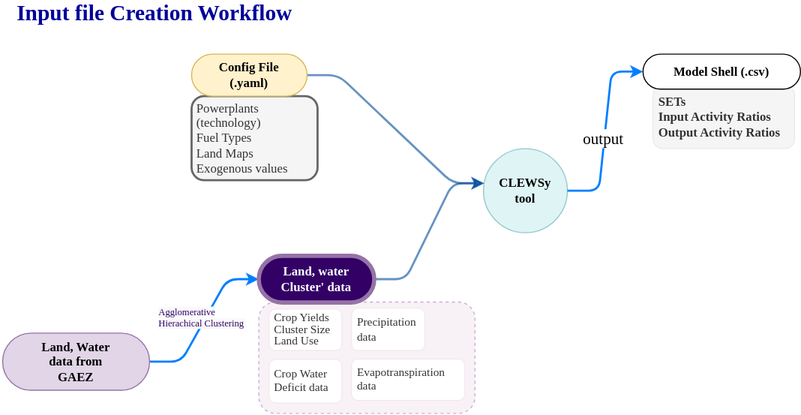
Earlier version of the draw.io export Graphical Resources/CLEWsy workflow.svg (seas-yoselyn/BC_Nexus). Source tidied: cells renumbered, new cells last; positions are measured from the earlier drawing's top-left corner, leaving out a move shared by most shapes.
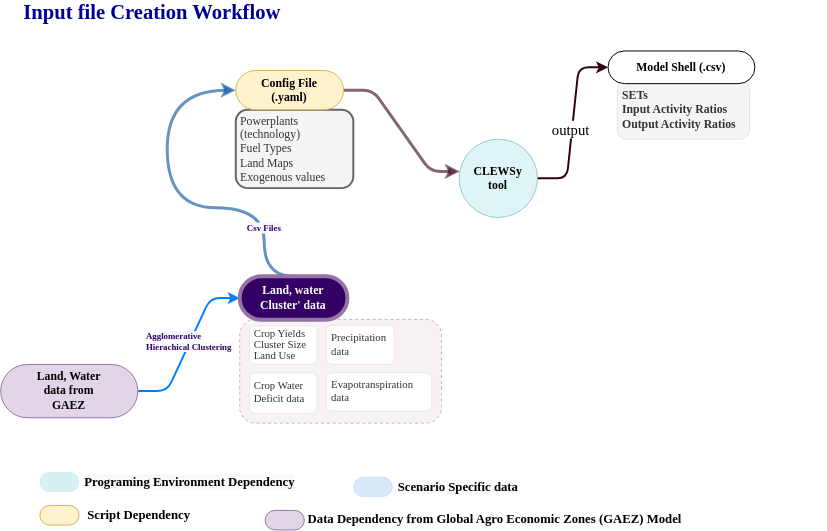
After the change.

Diff of the diagram source:
```diff
@@ -6,9 +6,9 @@
       <mxGeometry width="310" as="geometry" />
     </mxCell>
     <mxCell id="3" style="rounded=1;whiteSpace=wrap;html=1;fontFamily=Nunito Sans;fontSize=11;fontColor=#330066;opacity=30;dashed=1;strokeColor=#4C0099;fillColor=#E6D0DE;fontSource=https%3A%2F%2Ffonts.googleapis.com%2Fcss%3Ffamily%3DNunito%2BSans;" parent="1" vertex="1">
-      <mxGeometry x="254" y="276" width="206" height="106" as="geometry" />
+      <mxGeometry x="244" y="314" width="206" height="106" as="geometry" />
     </mxCell>
-    <mxCell id="4" style="edgeStyle=entityRelationEdgeStyle;jettySize=auto;html=1;exitX=1;exitY=0.5;exitDx=0;exitDy=0;entryX=0;entryY=0.5;entryDx=0;entryDy=0;fontFamily=Nunito Sans;strokeColor=#007FFF;strokeWidth=2;flowAnimation=1;elbow=vertical;fontSource=https%3A%2F%2Ffonts.googleapis.com%2Fcss%3Ffamily%3DNunito%2BSans;" parent="1" edge="1" source="6" target="12">
+    <mxCell id="4" style="edgeStyle=entityRelationEdgeStyle;jettySize=auto;html=1;exitX=1;exitY=0.5;exitDx=0;exitDy=0;entryX=0;entryY=0.5;entryDx=0;entryDy=0;fontFamily=Nunito Sans;strokeColor=#33001A;strokeWidth=2;flowAnimation=1;elbow=vertical;fontSource=https%3A%2F%2Ffonts.googleapis.com%2Fcss%3Ffamily%3DNunito%2BSans;" parent="1" edge="1" source="6" target="12">
       <mxGeometry relative="1" as="geometry" />
     </mxCell>
     <mxCell id="5" value="output" style="edgeLabel;html=1;align=center;verticalAlign=middle;fontSize=15;fontFamily=Nunito Sans;fontSource=https%3A%2F%2Ffonts.googleapis.com%2Fcss%3Ffamily%3DNunito%2BSans;" parent="4" vertex="1">
@@ -19,11 +19,17 @@
     <mxCell id="6" value="CLEWSy&lt;br&gt;tool" style="ellipse;whiteSpace=wrap;html=1;fontStyle=1;fontFamily=Nunito Sans;fillColor=#b0e3e6;strokeColor=#0e8088;opacity=40;fontSource=https%3A%2F%2Ffonts.googleapis.com%2Fcss%3Ffamily%3DNunito%2BSans;" parent="1" vertex="1">
       <mxGeometry x="468" y="130" width="80" height="80" as="geometry" />
     </mxCell>
-    <mxCell id="7" style="edgeStyle=entityRelationEdgeStyle;rounded=1;jettySize=auto;html=1;exitX=1;exitY=0.5;exitDx=0;exitDy=0;entryX=0.009;entryY=0.412;entryDx=0;entryDy=0;entryPerimeter=0;fontFamily=Nunito Sans;strokeColor=#004C99;strokeWidth=2;opacity=60;flowAnimation=1;fontSource=https%3A%2F%2Ffonts.googleapis.com%2Fcss%3Ffamily%3DNunito%2BSans;" parent="1" edge="1" source="22" target="6">
+    <mxCell id="7" style="edgeStyle=entityRelationEdgeStyle;rounded=1;jettySize=auto;html=1;exitX=1;exitY=0.5;exitDx=0;exitDy=0;entryX=0.009;entryY=0.412;entryDx=0;entryDy=0;entryPerimeter=0;fontFamily=Nunito Sans;strokeColor=#33001A;strokeWidth=3;opacity=60;flowAnimation=1;fontSource=https%3A%2F%2Ffonts.googleapis.com%2Fcss%3Ffamily%3DNunito%2BSans;" parent="1" edge="1" source="32" target="6">
       <mxGeometry relative="1" as="geometry" />
     </mxCell>
-    <mxCell id="8" style="edgeStyle=entityRelationEdgeStyle;rounded=1;jettySize=auto;html=1;exitX=1;exitY=0.5;exitDx=0;exitDy=0;fontFamily=Nunito Sans;entryX=0.008;entryY=0.411;entryDx=0;entryDy=0;entryPerimeter=0;strokeColor=#004C99;strokeWidth=2;opacity=60;flowAnimation=1;fontSource=https%3A%2F%2Ffonts.googleapis.com%2Fcss%3Ffamily%3DNunito%2BSans;" parent="1" edge="1" source="19" target="6">
-      <mxGeometry relative="1" as="geometry" />
+    <mxCell id="8" style="edgeStyle=orthogonalEdgeStyle;rounded=1;jettySize=auto;html=1;exitX=0.5;exitY=0;exitDx=0;exitDy=0;fontFamily=Nunito Sans;strokeColor=#004C99;strokeWidth=3;opacity=60;flowAnimation=1;fontSource=https%3A%2F%2Ffonts.googleapis.com%2Fcss%3Ffamily%3DNunito%2BSans;entryX=0;entryY=0.5;entryDx=0;entryDy=0;curved=1;" parent="1" edge="1" source="25" target="32">
+      <mxGeometry relative="1" as="geometry">
+        <Array as="points">
+          <mxPoint x="269" y="200" />
+          <mxPoint x="170" y="200" />
+          <mxPoint x="170" y="80" />
+        </Array>
+      </mxGeometry>
     </mxCell>
     <mxCell id="9" style="group;fontFamily=Nunito Sans;fontSource=https%3A%2F%2Ffonts.googleapis.com%2Fcss%3Ffamily%3DNunito%2BSans;" parent="1" vertex="1">
       <mxGeometry x="620" y="70" width="150" height="100" as="geometry" />
@@ -37,37 +43,69 @@
     <mxCell id="12" value="&lt;font face=&quot;Nunito Sans Black&quot;&gt;Model Shell (.csv)&lt;/font&gt;" style="rounded=1;whiteSpace=wrap;html=1;fontStyle=1;fontFamily=Nunito Sans;arcSize=50;fontSource=https%3A%2F%2Ffonts.googleapis.com%2Fcss%3Ffamily%3DNunito%2BSans;" parent="10" vertex="1">
       <mxGeometry y="-30" width="150" height="33.3" as="geometry" />
     </mxCell>
-    <mxCell id="13" style="edgeStyle=entityRelationEdgeStyle;jettySize=auto;html=1;entryX=0;entryY=0.5;entryDx=0;entryDy=0;strokeColor=#007FFF;strokeWidth=2;flowAnimation=1;fontFamily=Nunito Sans;fontSource=https%3A%2F%2Ffonts.googleapis.com%2Fcss%3Ffamily%3DNunito%2BSans;" parent="1" edge="1" source="15" target="19">
-      <mxGeometry relative="1" as="geometry" />
+    <mxCell id="13" style="group;fontSize=13;fontFamily=Nunito Sans;fontSource=https%3A%2F%2Ffonts.googleapis.com%2Fcss%3Ffamily%3DNunito%2BSans;" parent="1" vertex="1">
+      <mxGeometry x="40" y="499" width="171" height="30" as="geometry" />
     </mxCell>
-    <mxCell id="14" value="&lt;span style=&quot;font-size: 9px; background-color: rgb(248, 249, 250);&quot;&gt;Agglomerative &lt;br&gt;Hierachical Clustering&amp;nbsp;&lt;/span&gt;" style="edgeLabel;html=1;align=left;verticalAlign=middle;fontSize=9;fontFamily=Nunito Sans;fontColor=#330066;fontSource=https%3A%2F%2Ffonts.googleapis.com%2Fcss%3Ffamily%3DNunito%2BSans;" parent="13" vertex="1">
-      <mxGeometry x="0.03" y="-3" relative="1" as="geometry">
-        <mxPoint x="-49" y="-3" as="offset" />
-      </mxGeometry>
+    <mxCell id="14" style="rounded=1;whiteSpace=wrap;html=1;strokeWidth=1;fontFamily=Nunito Sans;fontSize=15;fillColor=#fff2cc;strokeColor=#d6b656;arcSize=50;fontSource=https%3A%2F%2Ffonts.googleapis.com%2Fcss%3Ffamily%3DNunito%2BSans;" parent="13" vertex="1">
+      <mxGeometry y="5" width="40" height="20" as="geometry" />
     </mxCell>
-    <mxCell id="15" value="Land, Water &lt;br&gt;data from &lt;br&gt;GAEZ" style="rounded=1;whiteSpace=wrap;html=1;fontStyle=1;fontFamily=Nunito Sans;arcSize=50;fillColor=#e1d5e7;strokeColor=#9673a6;fontSource=https%3A%2F%2Ffonts.googleapis.com%2Fcss%3Ffamily%3DNunito%2BSans;" parent="1" vertex="1">
-      <mxGeometry x="10" y="305.6" width="140" height="54.4" as="geometry" />
+    <mxCell id="15" value="Script Dependency" style="text;html=1;strokeColor=none;fillColor=none;align=left;verticalAlign=middle;whiteSpace=wrap;rounded=0;strokeWidth=1;fontFamily=Nunito Sans;fontSize=13;fontStyle=1;fontSource=https%3A%2F%2Ffonts.googleapis.com%2Fcss%3Ffamily%3DNunito%2BSans;" parent="13" vertex="1">
+      <mxGeometry x="47" width="131" height="30" as="geometry" />
     </mxCell>
-    <mxCell id="16" value="Crop Water Deficit data" style="rounded=1;whiteSpace=wrap;html=1;strokeColor=#B5739D;fillColor=#FFFFFF;fontColor=#333333;strokeWidth=0;spacingLeft=3;align=left;fontFamily=Nunito Sans;verticalAlign=top;fontSize=11;fillStyle=solid;fontSource=https%3A%2F%2Ffonts.googleapis.com%2Fcss%3Ffamily%3DNunito%2BSans;" parent="1" vertex="1">
-      <mxGeometry x="264" y="330.6" width="69" height="41.4" as="geometry" />
+    <mxCell id="16" style="edgeStyle=entityRelationEdgeStyle;jettySize=auto;html=1;entryX=0;entryY=0.5;entryDx=0;entryDy=0;strokeColor=#007FFF;strokeWidth=2;flowAnimation=1;fontFamily=Nunito Sans;fontSource=https%3A%2F%2Ffonts.googleapis.com%2Fcss%3Ffamily%3DNunito%2BSans;" parent="1" edge="1" source="19" target="25">
+      <mxGeometry relative="1" as="geometry" />
     </mxCell>
-    <mxCell id="17" value="Precipitation&lt;br style=&quot;font-size: 11px;&quot;&gt;data" style="rounded=1;whiteSpace=wrap;html=1;strokeColor=#B5739D;fillColor=#FFFFFF;fontColor=#333333;strokeWidth=0;spacingLeft=3;align=left;fontFamily=Nunito Sans;verticalAlign=middle;fontSize=11;fillStyle=solid;fontSource=https%3A%2F%2Ffonts.googleapis.com%2Fcss%3Ffamily%3DNunito%2BSans;" parent="1" vertex="1">
-      <mxGeometry x="342.5" y="282" width="69.5" height="40" as="geometry" />
+    <mxCell id="17" value="&lt;span style=&quot;font-size: 9px; background-color: rgb(248, 249, 250);&quot;&gt;Agglomerative &lt;br&gt;Hierachical Clustering&amp;nbsp;&lt;/span&gt;" style="edgeLabel;html=1;align=left;verticalAlign=middle;fontSize=9;fontFamily=Nunito Sans;fontColor=#330066;fontSource=https%3A%2F%2Ffonts.googleapis.com%2Fcss%3Ffamily%3DNunito%2BSans;fontStyle=1;" parent="16" vertex="1">
+      <mxGeometry x="0.03" y="-3" relative="1" as="geometry">
+        <mxPoint x="-49" y="-3" as="offset" />
+      </mxGeometry>
     </mxCell>
-    <mxCell id="18" value="&lt;p style=&quot;line-height: 1; font-size: 11px;&quot;&gt;Crop Yields&amp;nbsp;&lt;br style=&quot;font-size: 11px;&quot;&gt;Cluster Size&lt;br style=&quot;font-size: 11px;&quot;&gt;Land Use&lt;/p&gt;" style="rounded=1;whiteSpace=wrap;html=1;strokeColor=#B5739D;fillColor=#FFFFFF;fontColor=#333333;strokeWidth=0;spacingLeft=3;align=left;fontFamily=Nunito Sans;verticalAlign=middle;fontSize=11;fillStyle=solid;fontSource=https%3A%2F%2Ffonts.googleapis.com%2Fcss%3Ffamily%3DNunito%2BSans;" parent="1" vertex="1">
-      <mxGeometry x="264" y="282.8" width="69" height="39.2" as="geometry" />
+    <mxCell id="18" value="&lt;span style=&quot;background-color: rgb(248, 249, 250);&quot;&gt;Csv Files&amp;nbsp;&lt;/span&gt;" style="edgeLabel;html=1;align=left;verticalAlign=middle;fontSize=9;fontFamily=Nunito Sans;fontColor=#330066;fontSource=https%3A%2F%2Ffonts.googleapis.com%2Fcss%3Ffamily%3DNunito%2BSans;fontStyle=1;" parent="16" vertex="1">
+      <mxGeometry x="0.03" y="-3" relative="1" as="geometry">
+        <mxPoint x="54" y="-119" as="offset" />
+      </mxGeometry>
     </mxCell>
-    <mxCell id="19" value="Land, water&lt;br&gt;Cluster' data" style="rounded=1;whiteSpace=wrap;html=1;fontStyle=1;fontFamily=Nunito Sans;arcSize=50;fillColor=#330066;strokeColor=#9673a6;strokeWidth=4;fontColor=#FFFFFF;fontSource=https%3A%2F%2Ffonts.googleapis.com%2Fcss%3Ffamily%3DNunito%2BSans;" parent="1" vertex="1">
-      <mxGeometry x="254" y="232" width="110" height="44.4" as="geometry" />
+    <mxCell id="19" value="Land, Water &lt;br&gt;data from &lt;br&gt;GAEZ" style="rounded=1;whiteSpace=wrap;html=1;fontStyle=1;fontFamily=Nunito Sans;arcSize=50;fillColor=#e1d5e7;strokeColor=#9673a6;fontSource=https%3A%2F%2Ffonts.googleapis.com%2Fcss%3Ffamily%3DNunito%2BSans;" parent="1" vertex="1">
+      <mxGeometry y="360" width="140" height="54.4" as="geometry" />
     </mxCell>
-    <mxCell id="20" value="Evapotranspiration data" style="rounded=1;whiteSpace=wrap;html=1;strokeColor=#B5739D;fillColor=#FFFFFF;fontColor=#333333;strokeWidth=0;spacingLeft=3;align=left;fontFamily=Nunito Sans;verticalAlign=top;fontSize=11;fillStyle=solid;fontSource=https%3A%2F%2Ffonts.googleapis.com%2Fcss%3Ffamily%3DNunito%2BSans;" parent="1" vertex="1">
-      <mxGeometry x="342.5" y="330.4" width="107.5" height="39.2" as="geometry" />
+    <mxCell id="20" value="&lt;b style=&quot;color: rgb(0, 0, 0); font-size: 13px; font-style: normal; font-variant-ligatures: normal; font-variant-caps: normal; letter-spacing: normal; orphans: 2; text-align: left; text-indent: 0px; text-transform: none; widows: 2; word-spacing: 0px; -webkit-text-stroke-width: 0px; background-color: rgb(248, 249, 250); text-decoration-thickness: initial; text-decoration-style: initial; text-decoration-color: initial;&quot;&gt;Scenario Specific data&lt;/b&gt;" style="text;whiteSpace=wrap;html=1;verticalAlign=middle;fontSize=13;fontFamily=Nunito Sans;fontSource=https%3A%2F%2Ffonts.googleapis.com%2Fcss%3Ffamily%3DNunito%2BSans;" parent="1" vertex="1">
+      <mxGeometry x="404" y="475" width="146" height="20" as="geometry" />
     </mxCell>
-    <mxCell id="21" value="Powerplants (technology)&lt;br&gt;Fuel Types&lt;br&gt;Land Maps&lt;br&gt;Exogenous values" style="rounded=1;whiteSpace=wrap;html=1;strokeColor=#666666;fillColor=#f5f5f5;fontColor=#333333;strokeWidth=2;spacingLeft=3;align=left;fontFamily=Nunito Sans;fontSource=https%3A%2F%2Ffonts.googleapis.com%2Fcss%3Ffamily%3DNunito%2BSans;" parent="1" vertex="1">
-      <mxGeometry x="190" y="80" width="120" height="80" as="geometry" />
+    <mxCell id="21" value="Data Dependency from Global Agro Economic Zones (GAEZ) Model" style="text;html=1;strokeColor=none;fillColor=none;align=left;verticalAlign=middle;whiteSpace=wrap;rounded=0;strokeWidth=1;fontFamily=Nunito Sans;fontSize=13;fontStyle=1;fontSource=https%3A%2F%2Ffonts.googleapis.com%2Fcss%3Ffamily%3DNunito%2BSans;" parent="1" vertex="1">
+      <mxGeometry x="312" y="509" width="530" height="18" as="geometry" />
     </mxCell>
-    <mxCell id="22" value="Config File&lt;br&gt;(.yaml)" style="rounded=1;whiteSpace=wrap;html=1;fontStyle=1;fontFamily=Nunito Sans;arcSize=50;fillColor=#fff2cc;strokeColor=#d6b656;fontSource=https%3A%2F%2Ffonts.googleapis.com%2Fcss%3Ffamily%3DNunito%2BSans;" parent="1" vertex="1">
-      <mxGeometry x="190" y="40" width="110" height="40" as="geometry" />
+    <mxCell id="22" value="Crop Water Deficit data" style="rounded=1;whiteSpace=wrap;html=1;strokeColor=#B5739D;fillColor=#FFFFFF;fontColor=#333333;strokeWidth=0;spacingLeft=3;align=left;fontFamily=Nunito Sans;verticalAlign=top;fontSize=11;fillStyle=solid;fontSource=https%3A%2F%2Ffonts.googleapis.com%2Fcss%3Ffamily%3DNunito%2BSans;" parent="1" vertex="1">
+      <mxGeometry x="254" y="368.6" width="69" height="41.4" as="geometry" />
     </mxCell>
+    <mxCell id="23" value="Precipitation&lt;br style=&quot;font-size: 11px;&quot;&gt;data" style="rounded=1;whiteSpace=wrap;html=1;strokeColor=#B5739D;fillColor=#FFFFFF;fontColor=#333333;strokeWidth=0;spacingLeft=3;align=left;fontFamily=Nunito Sans;verticalAlign=middle;fontSize=11;fillStyle=solid;fontSource=https%3A%2F%2Ffonts.googleapis.com%2Fcss%3Ffamily%3DNunito%2BSans;" parent="1" vertex="1">
+      <mxGeometry x="332.5" y="320" width="69.5" height="40" as="geometry" />
+    </mxCell>
+    <mxCell id="24" value="&lt;p style=&quot;line-height: 1; font-size: 11px;&quot;&gt;Crop Yields&amp;nbsp;&lt;br style=&quot;font-size: 11px;&quot;&gt;Cluster Size&lt;br style=&quot;font-size: 11px;&quot;&gt;Land Use&lt;/p&gt;" style="rounded=1;whiteSpace=wrap;html=1;strokeColor=#B5739D;fillColor=#FFFFFF;fontColor=#333333;strokeWidth=0;spacingLeft=3;align=left;fontFamily=Nunito Sans;verticalAlign=middle;fontSize=11;fillStyle=solid;fontSource=https%3A%2F%2Ffonts.googleapis.com%2Fcss%3Ffamily%3DNunito%2BSans;" parent="1" vertex="1">
+      <mxGeometry x="254" y="320.8" width="69" height="39.2" as="geometry" />
+    </mxCell>
+    <mxCell id="25" value="Land, water&lt;br&gt;Cluster' data" style="rounded=1;whiteSpace=wrap;html=1;fontStyle=1;fontFamily=Nunito Sans;arcSize=50;fillColor=#330066;strokeColor=#9673a6;strokeWidth=4;fontColor=#FFFFFF;fontSource=https%3A%2F%2Ffonts.googleapis.com%2Fcss%3Ffamily%3DNunito%2BSans;" parent="1" vertex="1">
+      <mxGeometry x="244" y="270" width="110" height="44.4" as="geometry" />
+    </mxCell>
+    <mxCell id="26" value="Evapotranspiration data" style="rounded=1;whiteSpace=wrap;html=1;strokeColor=#B5739D;fillColor=#FFFFFF;fontColor=#333333;strokeWidth=0;spacingLeft=3;align=left;fontFamily=Nunito Sans;verticalAlign=top;fontSize=11;fillStyle=solid;fontSource=https%3A%2F%2Ffonts.googleapis.com%2Fcss%3Ffamily%3DNunito%2BSans;" parent="1" vertex="1">
+      <mxGeometry x="332.5" y="368.4" width="107.5" height="39.2" as="geometry" />
+    </mxCell>
+    <mxCell id="27" style="rounded=1;whiteSpace=wrap;html=1;strokeColor=#6c8ebf;fillColor=#dae8fc;strokeWidth=0;align=left;spacingLeft=3;fontFamily=Nunito Sans;arcSize=50;fontSource=https%3A%2F%2Ffonts.googleapis.com%2Fcss%3Ffamily%3DNunito%2BSans;" parent="1" vertex="1">
+      <mxGeometry x="360" y="475" width="40" height="20" as="geometry" />
+    </mxCell>
+    <mxCell id="28" style="rounded=1;whiteSpace=wrap;html=1;strokeColor=#0e8088;fillColor=#b0e3e6;strokeWidth=0;align=left;spacingLeft=3;fontFamily=Nunito Sans;arcSize=50;opacity=50;fontSource=https%3A%2F%2Ffonts.googleapis.com%2Fcss%3Ffamily%3DNunito%2BSans;" parent="1" vertex="1">
+      <mxGeometry x="40" y="470" width="40" height="20" as="geometry" />
+    </mxCell>
+    <mxCell id="29" value="&lt;b style=&quot;color: rgb(0, 0, 0); font-size: 13px; font-style: normal; font-variant-ligatures: normal; font-variant-caps: normal; letter-spacing: normal; orphans: 2; text-align: left; text-indent: 0px; text-transform: none; widows: 2; word-spacing: 0px; -webkit-text-stroke-width: 0px; background-color: rgb(248, 249, 250); text-decoration-thickness: initial; text-decoration-style: initial; text-decoration-color: initial;&quot;&gt;Programing Environment Dependency&lt;/b&gt;" style="text;whiteSpace=wrap;html=1;verticalAlign=middle;fontSize=13;fontFamily=Nunito Sans;fontSource=https%3A%2F%2Ffonts.googleapis.com%2Fcss%3Ffamily%3DNunito%2BSans;" parent="1" vertex="1">
+      <mxGeometry x="84" y="470" width="245.5" height="20" as="geometry" />
+    </mxCell>
+    <mxCell id="30" style="rounded=1;whiteSpace=wrap;html=1;strokeWidth=1;fontFamily=Nunito Sans;fontSize=15;fillColor=#e1d5e7;strokeColor=#9673a6;arcSize=50;fontSource=https%3A%2F%2Ffonts.googleapis.com%2Fcss%3Ffamily%3DNunito%2BSans;" parent="1" vertex="1">
+      <mxGeometry x="270" y="509" width="40" height="20" as="geometry" />
+    </mxCell>
+    <mxCell id="31" value="Powerplants (technology)&lt;br&gt;Fuel Types&lt;br&gt;Land Maps&lt;br&gt;Exogenous values" style="rounded=1;whiteSpace=wrap;html=1;strokeColor=#666666;fillColor=#f5f5f5;fontColor=#333333;strokeWidth=2;spacingLeft=3;align=left;fontFamily=Nunito Sans;fontSource=https%3A%2F%2Ffonts.googleapis.com%2Fcss%3Ffamily%3DNunito%2BSans;" parent="1" vertex="1">
+      <mxGeometry x="240" y="100" width="120" height="80" as="geometry" />
+    </mxCell>
+    <mxCell id="32" value="Config File&lt;br&gt;(.yaml)" style="rounded=1;whiteSpace=wrap;html=1;fontStyle=1;fontFamily=Nunito Sans;arcSize=50;fillColor=#fff2cc;strokeColor=#d6b656;fontSource=https%3A%2F%2Ffonts.googleapis.com%2Fcss%3Ffamily%3DNunito%2BSans;" parent="1" vertex="1">
+      <mxGeometry x="240" y="60" width="110" height="40" as="geometry" />
+    </mxCell>
   </root>
 </mxGraphModel>
```
